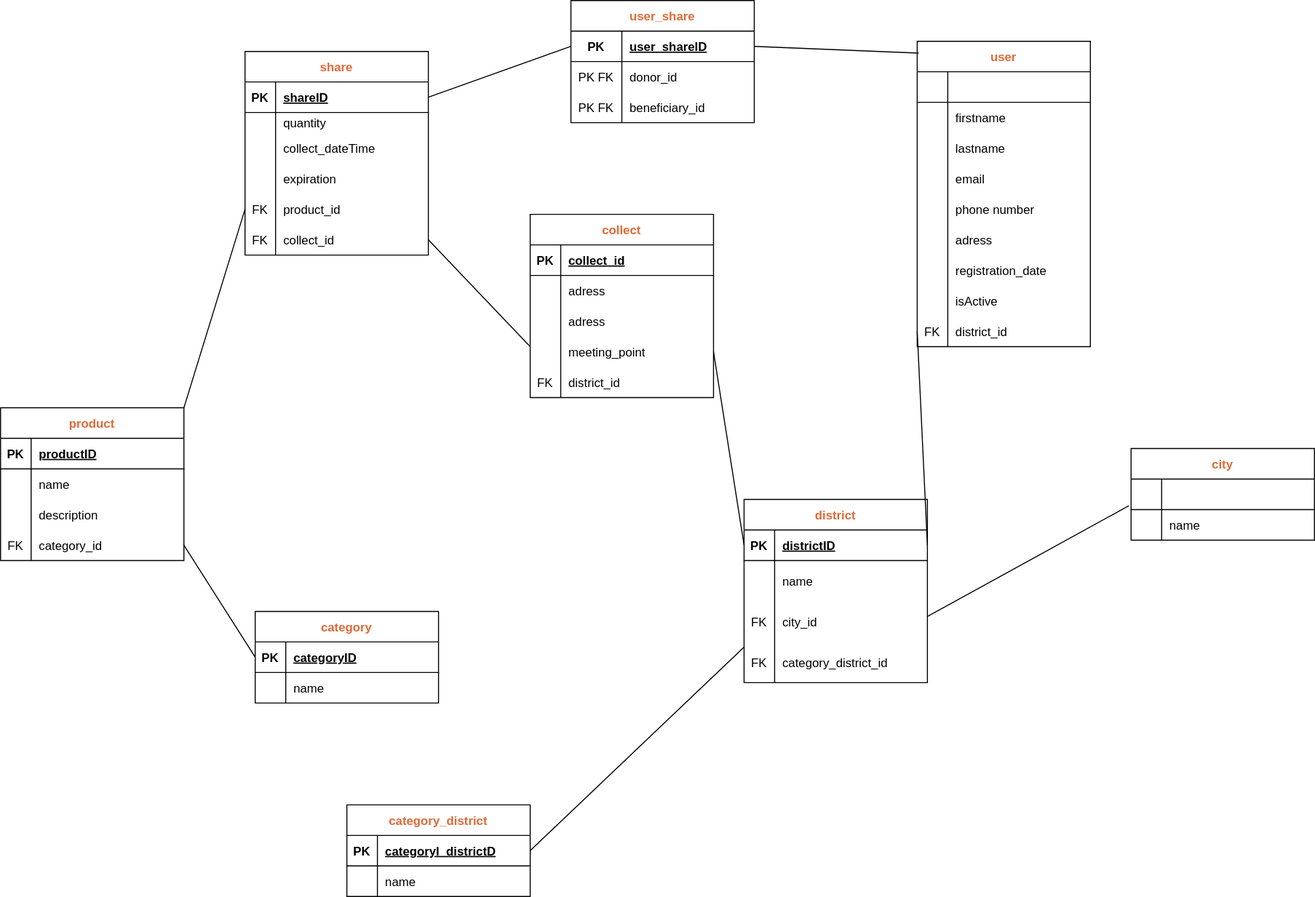
Before: code/server/Merise_VAG/MLD/vag.drawio.svg, a diagram exported from draw.io (Mandine42/vag). Source tidied: cells renumbered, new cells last; positions are measured from the earlier drawing's top-left corner, leaving out a move shared by most shapes.
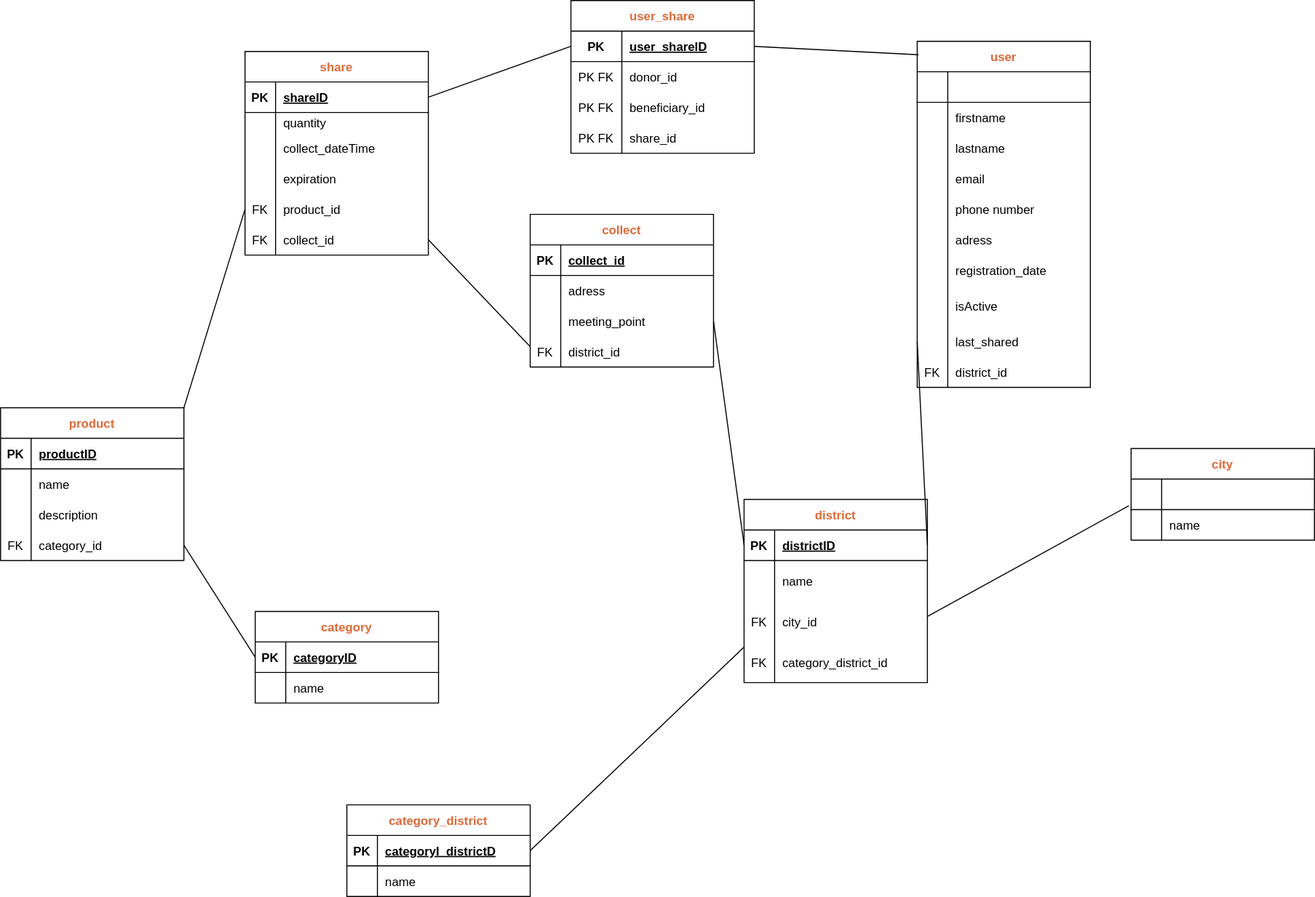
After the change.

What changed in the source:
```diff
@@ -3,7 +3,7 @@
     <mxCell id="0" />
     <mxCell id="1" parent="0" />
     <mxCell id="2" value="user" style="shape=table;startSize=30;rowLines=0;fontStyle=1;align=center;fontColor=#DE6A38;" parent="1" vertex="1">
-      <mxGeometry x="900" y="40" width="170" height="300" as="geometry" />
+      <mxGeometry x="900" y="40" width="170" height="340" as="geometry" />
     </mxCell>
     <mxCell id="3" style="shape=tableRow;horizontal=0;startSize=0;swimlaneHead=0;swimlaneBody=0;fillColor=none;top=0;left=0;right=0;bottom=1;fontColor=#256468;" parent="2" vertex="1">
       <mxGeometry y="30" width="170" height="30" as="geometry" />
@@ -69,23 +69,32 @@
       <mxGeometry x="30" width="140" height="30" as="geometry" />
     </mxCell>
     <mxCell id="24" style="shape=tableRow;horizontal=0;startSize=0;swimlaneHead=0;swimlaneBody=0;fillColor=none;top=0;left=0;right=0;bottom=0;" parent="2" vertex="1">
-      <mxGeometry y="240" width="170" height="30" as="geometry" />
+      <mxGeometry y="240" width="170" height="40" as="geometry" />
     </mxCell>
     <mxCell id="25" style="shape=partialRectangle;fillColor=none;top=0;left=0;bottom=0;right=0;overflow=hidden;" parent="24" vertex="1">
-      <mxGeometry width="30" height="30" as="geometry" />
+      <mxGeometry width="30" height="40" as="geometry" />
     </mxCell>
     <mxCell id="26" value="isActive" style="shape=partialRectangle;fillColor=none;top=0;left=0;bottom=0;right=0;align=left;spacingLeft=6;overflow=hidden;" parent="24" vertex="1">
-      <mxGeometry x="30" width="140" height="30" as="geometry" />
+      <mxGeometry x="30" width="140" height="40" as="geometry" />
     </mxCell>
     <mxCell id="27" style="shape=tableRow;horizontal=0;startSize=0;swimlaneHead=0;swimlaneBody=0;fillColor=none;points=[[0,0.5],[1,0.5]];portConstraint=eastwest;top=0;left=0;right=0;bottom=0;" parent="2" vertex="1">
-      <mxGeometry y="270" width="170" height="30" as="geometry" />
+      <mxGeometry y="280" width="170" height="30" as="geometry" />
     </mxCell>
-    <mxCell id="28" value="FK" style="shape=partialRectangle;fillColor=none;top=0;left=0;bottom=0;right=0;overflow=hidden;" parent="27" vertex="1">
+    <mxCell id="28" style="shape=partialRectangle;fillColor=none;top=0;left=0;bottom=0;right=0;overflow=hidden;" parent="27" vertex="1">
       <mxGeometry width="30" height="30" as="geometry" />
     </mxCell>
-    <mxCell id="29" value="district_id" style="shape=partialRectangle;fillColor=none;top=0;left=0;bottom=0;right=0;align=left;spacingLeft=6;overflow=hidden;" parent="27" vertex="1">
+    <mxCell id="29" value="last_shared" style="shape=partialRectangle;fillColor=none;top=0;left=0;bottom=0;right=0;align=left;spacingLeft=6;overflow=hidden;" parent="27" vertex="1">
       <mxGeometry x="30" width="140" height="30" as="geometry" />
     </mxCell>
+    <mxCell id="132" style="shape=tableRow;horizontal=0;startSize=0;swimlaneHead=0;swimlaneBody=0;fillColor=none;top=0;left=0;right=0;bottom=0;" parent="2" vertex="1">
+      <mxGeometry y="310" width="170" height="30" as="geometry" />
+    </mxCell>
+    <mxCell id="133" value="FK" style="shape=partialRectangle;fillColor=none;top=0;left=0;bottom=0;right=0;overflow=hidden;" parent="132" vertex="1">
+      <mxGeometry width="30" height="30" as="geometry" />
+    </mxCell>
+    <mxCell id="134" value="district_id" style="shape=partialRectangle;fillColor=none;top=0;left=0;bottom=0;right=0;align=left;spacingLeft=6;overflow=hidden;" parent="132" vertex="1">
+      <mxGeometry x="30" width="140" height="30" as="geometry" />
+    </mxCell>
     <mxCell id="30" value="city" style="shape=table;startSize=30;rowLines=0;fontStyle=1;align=center;fontColor=#de6a38;" parent="1" vertex="1">
       <mxGeometry x="1110" y="440" width="180" height="90" as="geometry" />
     </mxCell>
@@ -280,7 +289,7 @@
       <mxGeometry relative="1" as="geometry" />
     </mxCell>
     <mxCell id="93" value="user_share" style="shape=table;startSize=30;rowLines=0;fontStyle=1;align=center;fontColor=#DE6A38;" parent="1" vertex="1">
-      <mxGeometry x="560" width="180" height="120" as="geometry" />
+      <mxGeometry x="560" width="180" height="150" as="geometry" />
     </mxCell>
     <mxCell id="94" style="shape=tableRow;horizontal=0;startSize=0;swimlaneHead=0;swimlaneBody=0;fillColor=none;points=[[0,0.5],[1,0.5]];portConstraint=eastwest;top=0;left=0;right=0;bottom=1;" parent="93" vertex="1">
       <mxGeometry y="30" width="180" height="30" as="geometry" />
@@ -309,6 +318,15 @@
     <mxCell id="102" value="beneficiary_id" style="shape=partialRectangle;fillColor=none;top=0;left=0;bottom=0;right=0;align=left;spacingLeft=6;overflow=hidden;" parent="100" vertex="1">
       <mxGeometry x="50" width="130" height="30" as="geometry" />
     </mxCell>
+    <mxCell id="135" style="shape=tableRow;horizontal=0;startSize=0;swimlaneHead=0;swimlaneBody=0;fillColor=none;top=0;left=0;right=0;bottom=0;" parent="93" vertex="1">
+      <mxGeometry y="120" width="180" height="30" as="geometry" />
+    </mxCell>
+    <mxCell id="136" value="PK FK" style="shape=partialRectangle;fillColor=none;top=0;left=0;bottom=0;right=0;overflow=hidden;" parent="135" vertex="1">
+      <mxGeometry width="50" height="30" as="geometry" />
+    </mxCell>
+    <mxCell id="137" value="share_id" style="shape=partialRectangle;fillColor=none;top=0;left=0;bottom=0;right=0;align=left;spacingLeft=6;overflow=hidden;" parent="135" vertex="1">
+      <mxGeometry x="50" width="130" height="30" as="geometry" />
+    </mxCell>
     <mxCell id="103" style="endArrow=none;html=1;rounded=0;entryX=0.008;entryY=0.039;entryDx=0;entryDy=0;entryPerimeter=0;exitX=1;exitY=0.5;exitDx=0;exitDy=0;" parent="1" edge="1" source="94" target="2">
       <mxGeometry relative="1" as="geometry" />
     </mxCell>
@@ -342,7 +360,7 @@
       </mxGeometry>
     </mxCell>
     <mxCell id="113" value="collect" style="shape=table;startSize=30;rowLines=0;fontStyle=1;align=center;fontColor=#DE6A38;" parent="1" vertex="1">
-      <mxGeometry x="520" y="210" width="180" height="180" as="geometry" />
+      <mxGeometry x="520" y="210" width="180" height="150" as="geometry" />
     </mxCell>
     <mxCell id="114" style="shape=tableRow;horizontal=0;startSize=0;swimlaneHead=0;swimlaneBody=0;fillColor=none;top=0;left=0;right=0;bottom=1;" parent="113" vertex="1">
       <mxGeometry y="30" width="180" height="30" as="geometry" />
@@ -353,17 +371,8 @@
     <mxCell id="116" value="collect_id" style="shape=partialRectangle;fillColor=none;top=0;left=0;bottom=0;right=0;align=left;spacingLeft=6;fontStyle=5;overflow=hidden;" parent="114" vertex="1">
       <mxGeometry x="30" width="150" height="30" as="geometry" />
     </mxCell>
-    <mxCell id="117" style="shape=tableRow;horizontal=0;startSize=0;swimlaneHead=0;swimlaneBody=0;fillColor=none;top=0;left=0;right=0;bottom=0;" parent="113" vertex="1">
-      <mxGeometry y="60" width="180" height="30" as="geometry" />
-    </mxCell>
-    <mxCell id="118" style="shape=partialRectangle;fillColor=none;top=0;left=0;bottom=0;right=0;overflow=hidden;" parent="117" vertex="1">
-      <mxGeometry width="30" height="30" as="geometry" />
-    </mxCell>
-    <mxCell id="119" value="adress" style="shape=partialRectangle;fillColor=none;top=0;left=0;bottom=0;right=0;align=left;spacingLeft=6;overflow=hidden;" parent="117" vertex="1">
-      <mxGeometry x="30" width="150" height="30" as="geometry" />
-    </mxCell>
     <mxCell id="120" style="shape=tableRow;horizontal=0;startSize=0;swimlaneHead=0;swimlaneBody=0;fillColor=none;top=0;left=0;right=0;bottom=0;" parent="113" vertex="1">
-      <mxGeometry y="90" width="180" height="30" as="geometry" />
+      <mxGeometry y="60" width="180" height="30" as="geometry" />
     </mxCell>
     <mxCell id="121" style="shape=partialRectangle;fillColor=none;top=0;left=0;bottom=0;right=0;overflow=hidden;" parent="120" vertex="1">
       <mxGeometry width="30" height="30" as="geometry" />
@@ -372,7 +381,7 @@
       <mxGeometry x="30" width="150" height="30" as="geometry" />
     </mxCell>
     <mxCell id="123" style="shape=tableRow;horizontal=0;startSize=0;swimlaneHead=0;swimlaneBody=0;fillColor=none;points=[[0,0.5],[1,0.5]];portConstraint=eastwest;top=0;left=0;right=0;bottom=0;" parent="113" vertex="1">
-      <mxGeometry y="120" width="180" height="30" as="geometry" />
+      <mxGeometry y="90" width="180" height="30" as="geometry" />
     </mxCell>
     <mxCell id="124" style="shape=partialRectangle;fillColor=none;top=0;left=0;bottom=0;right=0;overflow=hidden;" parent="123" vertex="1">
       <mxGeometry width="30" height="30" as="geometry" />
@@ -381,7 +390,7 @@
       <mxGeometry x="30" width="150" height="30" as="geometry" />
     </mxCell>
     <mxCell id="126" style="shape=tableRow;horizontal=0;startSize=0;swimlaneHead=0;swimlaneBody=0;fillColor=none;top=0;left=0;right=0;bottom=0;" parent="113" vertex="1">
-      <mxGeometry y="150" width="180" height="30" as="geometry" />
+      <mxGeometry y="120" width="180" height="30" as="geometry" />
     </mxCell>
     <mxCell id="127" style="shape=partialRectangle;fillColor=none;top=0;left=0;bottom=0;right=0;overflow=hidden;" parent="126" vertex="1">
       <mxGeometry width="30" height="30" as="geometry" />
@@ -398,7 +407,7 @@
       </mxGeometry>
     </mxCell>
     <mxCell id="131" value="FK" style="shape=partialRectangle;fillColor=none;top=0;left=0;bottom=0;right=0;overflow=hidden;" parent="1" vertex="1">
-      <mxGeometry x="520" y="360" width="30" height="30" as="geometry" />
+      <mxGeometry x="520" y="330" width="30" height="30" as="geometry" />
     </mxCell>
   </root>
 </mxGraphModel>
```
